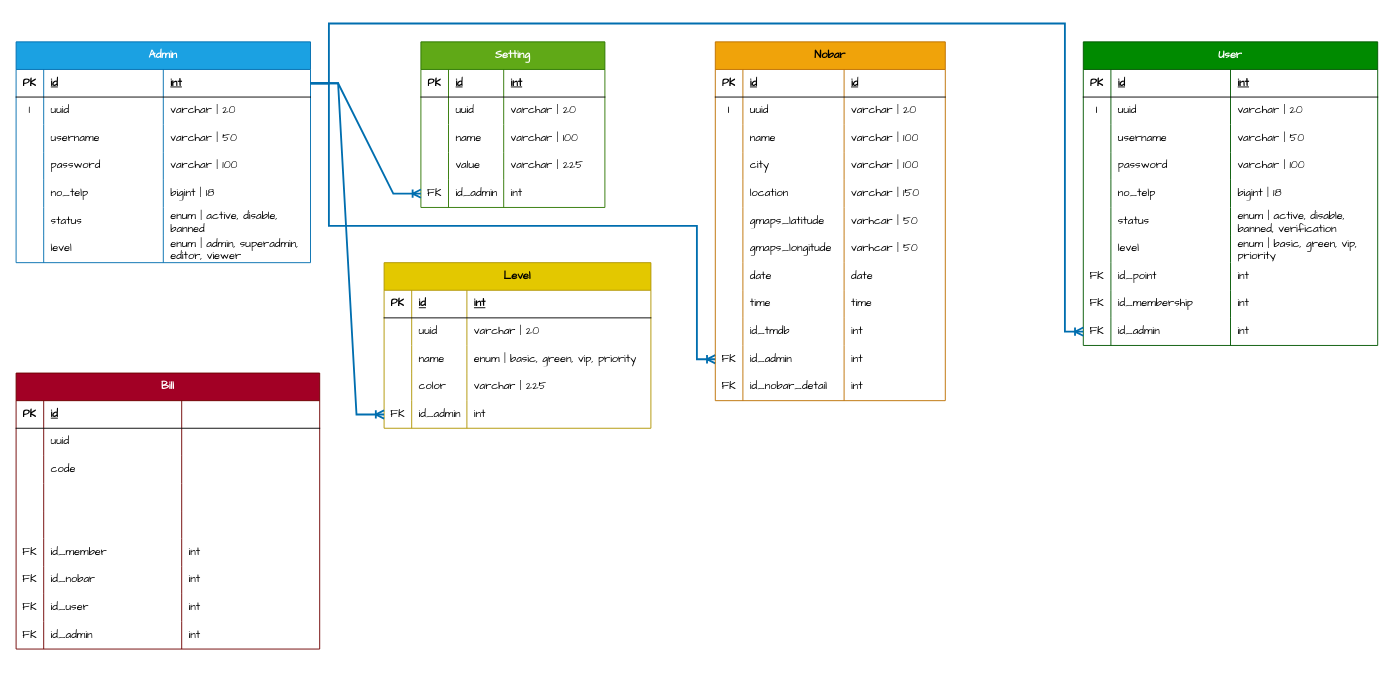
Earlier version of the draw.io diagram AniEvo - Nobar Web App.drawio (irzanaldi/e-aspiration). Source tidied: cells renumbered, new cells numbered last; positions are measured from the earlier drawing's top-left corner, leaving out a move shared by most shapes. Both pictures are drawn from the tidied source at 92%, with x=0, y=0 at pixel (16, 23).
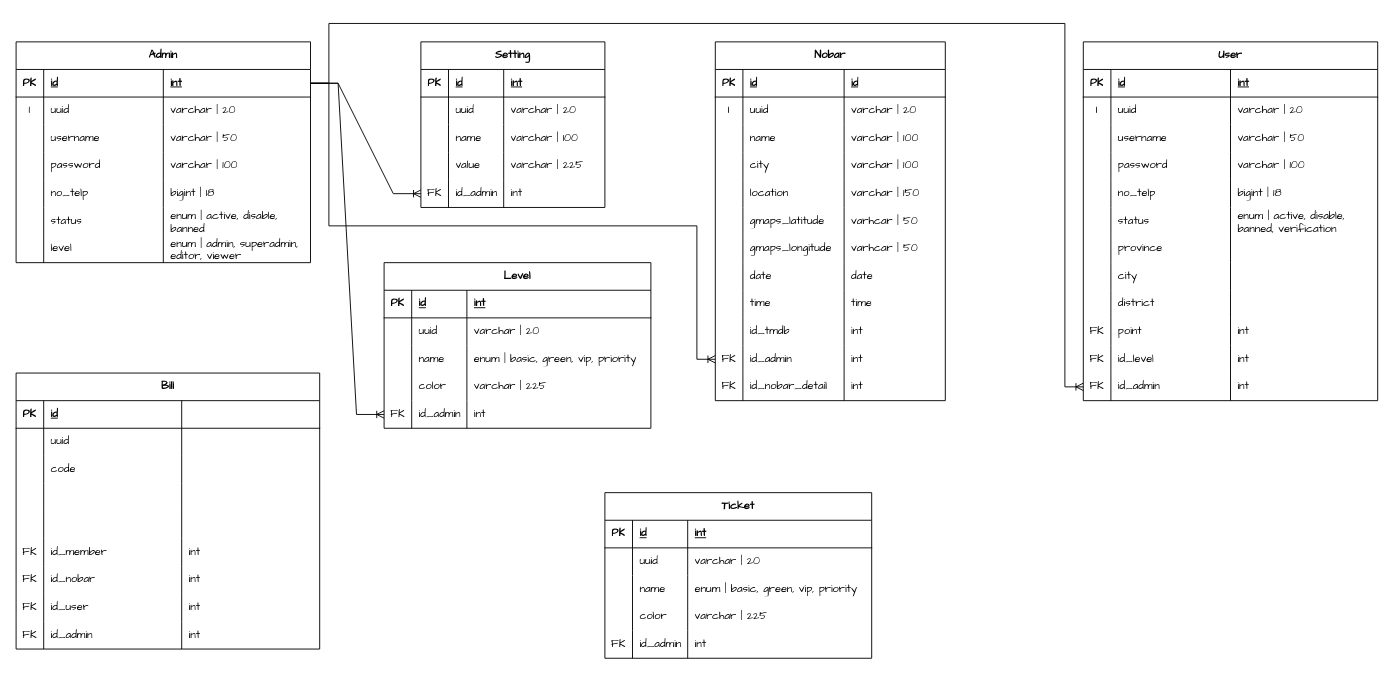
After the change.

The change refers to these unchanged cells:
```xml
<mxCell id="44" style="shape=tableRow;horizontal=0;startSize=0;swimlaneHead=0;swimlaneBody=0;fillColor=none;points=[[0,0.5],[1,0.5]];portConstraint=eastwest;top=0;left=0;right=0;bottom=0;fontFamily=Comic Sans MS;whiteSpace=wrap;" parent="3" vertex="1">
  <mxGeometry y="330" width="250" height="30" as="geometry" />
</mxCell>
<mxCell id="106" style="shape=tableRow;horizontal=0;startSize=0;swimlaneHead=0;swimlaneBody=0;fillColor=none;points=[[0,0.5],[1,0.5]];portConstraint=eastwest;top=0;left=0;right=0;bottom=0;fontFamily=Comic Sans MS;whiteSpace=wrap;" parent="89" vertex="1">
  <mxGeometry y="150" width="200" height="30" as="geometry" />
</mxCell>
<mxCell id="111" style="shape=tableRow;horizontal=0;startSize=0;swimlaneHead=0;swimlaneBody=0;fillColor=none;points=[[0,0.5],[1,0.5]];portConstraint=eastwest;top=0;left=0;right=0;bottom=1;fontFamily=Comic Sans MS;whiteSpace=wrap;" parent="110" vertex="1">
  <mxGeometry y="30" width="320" height="30" as="geometry" />
</mxCell>
<mxCell id="164" style="shape=tableRow;horizontal=0;startSize=0;swimlaneHead=0;swimlaneBody=0;fillColor=none;top=0;left=0;right=0;bottom=0;fontFamily=Comic Sans MS;whiteSpace=wrap;" parent="139" vertex="1">
  <mxGeometry y="210" width="320" height="30" as="geometry" />
</mxCell>
<mxCell id="198" style="shape=tableRow;horizontal=0;startSize=0;swimlaneHead=0;swimlaneBody=0;fillColor=none;points=[[0,0.5],[1,0.5]];portConstraint=eastwest;top=0;left=0;right=0;bottom=0;fontFamily=Comic Sans MS;whiteSpace=wrap;" parent="181" vertex="1">
  <mxGeometry y="150" width="290" height="30" as="geometry" />
</mxCell>
```

The edit, as a diff of the source:
```diff
@@
-    <mxCell id="2" style="fontSize=12;html=1;endArrow=ERoneToMany;rounded=0;fontFamily=Comic Sans MS;fontColor=default;startSize=30;edgeStyle=orthogonalEdgeStyle;fillColor=#1ba1e2;strokeColor=#006EAF;strokeWidth=2;" parent="1" edge="1" source="111" target="44">
+    <mxCell id="2" style="fontSize=12;html=1;endArrow=ERoneToMany;rounded=0;fontFamily=Comic Sans MS;fontColor=default;startSize=30;edgeStyle=orthogonalEdgeStyle;fillColor=none;strokeWidth=1;" parent="1" edge="1" source="111" target="44">
       <mxGeometry relative="1" as="geometry">
         <Array as="points">
           <mxPoint x="340" y="65" />
           <mxPoint x="340" y="220" />
           <mxPoint x="740" y="220" />
           <mxPoint x="740" y="365" />
         </Array>
       </mxGeometry>
     </mxCell>
-    <mxCell id="3" value="Nobar" style="shape=table;startSize=30;childLayout=tableLayout;rowLines=0;fontStyle=1;align=center;fontFamily=Comic Sans MS;whiteSpace=wrap;fillColor=#f0a30a;fontColor=#000000;strokeColor=#BD7000;" parent="1" vertex="1">
+    <mxCell id="3" value="Nobar" style="shape=table;startSize=30;childLayout=tableLayout;rowLines=0;fontStyle=1;align=center;fontFamily=Comic Sans MS;whiteSpace=wrap;fillColor=none;" parent="1" vertex="1">
       <mxGeometry x="760" y="20" width="250" height="390" as="geometry" />
     </mxCell>
@@
-    <mxCell id="52" value="Bill" style="shape=table;startSize=30;childLayout=tableLayout;rowLines=0;fontStyle=1;align=center;fontFamily=Comic Sans MS;whiteSpace=wrap;fillColor=#a20025;fontColor=#ffffff;strokeColor=#6F0000;" parent="1" vertex="1">
+    <mxCell id="52" value="Bill" style="shape=table;startSize=30;childLayout=tableLayout;rowLines=0;fontStyle=1;align=center;fontFamily=Comic Sans MS;whiteSpace=wrap;fillColor=none;" parent="1" vertex="1">
       <mxGeometry y="380" width="330" height="300" as="geometry" />
     </mxCell>
@@
-    <mxCell id="89" value="Setting" style="shape=table;startSize=30;childLayout=tableLayout;rowLines=0;fontStyle=1;align=center;fontFamily=Comic Sans MS;whiteSpace=wrap;fillColor=#60a917;strokeColor=#2D7600;fontColor=#ffffff;" parent="1" vertex="1">
+    <mxCell id="89" value="Setting" style="shape=table;startSize=30;childLayout=tableLayout;rowLines=0;fontStyle=1;align=center;fontFamily=Comic Sans MS;whiteSpace=wrap;fillColor=none;" parent="1" vertex="1">
       <mxGeometry x="440" y="20" width="200" height="180" as="geometry" />
     </mxCell>
@@
-    <mxCell id="110" value="Admin" style="shape=table;startSize=30;childLayout=tableLayout;rowLines=0;fontStyle=1;align=center;fontFamily=Comic Sans MS;fillColor=#1ba1e2;strokeColor=#006EAF;fontColor=#ffffff;whiteSpace=wrap;" parent="1" vertex="1">
+    <mxCell id="110" value="Admin" style="shape=table;startSize=30;childLayout=tableLayout;rowLines=0;fontStyle=1;align=center;fontFamily=Comic Sans MS;fillColor=none;whiteSpace=wrap;" parent="1" vertex="1">
       <mxGeometry y="20" width="320" height="240" as="geometry" />
     </mxCell>
@@
-    <mxCell id="139" value="User" style="shape=table;startSize=30;childLayout=tableLayout;rowLines=0;fontStyle=1;align=center;fontFamily=Comic Sans MS;fillColor=#008a00;strokeColor=#005700;fontColor=#ffffff;whiteSpace=wrap;" parent="1" vertex="1">
-      <mxGeometry x="1160" y="20" width="320" height="330" as="geometry" />
+    <mxCell id="139" value="User" style="shape=table;startSize=30;childLayout=tableLayout;rowLines=0;fontStyle=1;align=center;fontFamily=Comic Sans MS;fillColor=none;whiteSpace=wrap;" parent="1" vertex="1">
+      <mxGeometry x="1160" y="20" width="320" height="390" as="geometry" />
     </mxCell>
@@
-    <mxCell id="165" style="shape=partialRectangle;fillColor=none;top=0;left=0;bottom=0;right=0;overflow=hidden;fontFamily=Comic Sans MS;whiteSpace=wrap;" parent="164" vertex="1">
-      <mxGeometry width="30" height="30" as="geometry" />
-    </mxCell>
-    <mxCell id="166" value="level" style="shape=partialRectangle;fillColor=none;top=0;left=0;bottom=0;right=0;align=left;spacingLeft=6;overflow=hidden;fontFamily=Comic Sans MS;whiteSpace=wrap;" parent="164" vertex="1">
-      <mxGeometry x="30" width="130" height="30" as="geometry" />
-    </mxCell>
-    <mxCell id="167" value="enum | basic, green, vip, priority" style="shape=partialRectangle;fillColor=none;top=0;left=0;bottom=0;right=0;align=left;spacingLeft=6;overflow=hidden;fontFamily=Comic Sans MS;whiteSpace=wrap;" parent="164" vertex="1">
-      <mxGeometry x="160" width="160" height="30" as="geometry" />
-    </mxCell>
+    <mxCell id="204" style="shape=partialRectangle;fillColor=none;top=0;left=0;bottom=0;right=0;overflow=hidden;fontFamily=Comic Sans MS;whiteSpace=wrap;" parent="164" vertex="1">
+      <mxGeometry width="30" height="30" as="geometry" />
+    </mxCell>
+    <mxCell id="205" value="province" style="shape=partialRectangle;fillColor=none;top=0;left=0;bottom=0;right=0;align=left;spacingLeft=6;overflow=hidden;fontFamily=Comic Sans MS;whiteSpace=wrap;" parent="164" vertex="1">
+      <mxGeometry x="30" width="130" height="30" as="geometry" />
+    </mxCell>
+    <mxCell id="206" style="shape=partialRectangle;fillColor=none;top=0;left=0;bottom=0;right=0;align=left;spacingLeft=6;overflow=hidden;fontFamily=Comic Sans MS;whiteSpace=wrap;" parent="164" vertex="1">
+      <mxGeometry x="160" width="160" height="30" as="geometry" />
+    </mxCell>
+    <mxCell id="207" style="shape=tableRow;horizontal=0;startSize=0;swimlaneHead=0;swimlaneBody=0;fillColor=none;top=0;left=0;right=0;bottom=0;fontFamily=Comic Sans MS;whiteSpace=wrap;" parent="139" vertex="1">
+      <mxGeometry y="240" width="320" height="30" as="geometry" />
+    </mxCell>
+    <mxCell id="208" style="shape=partialRectangle;fillColor=none;top=0;left=0;bottom=0;right=0;overflow=hidden;fontFamily=Comic Sans MS;whiteSpace=wrap;" parent="207" vertex="1">
+      <mxGeometry width="30" height="30" as="geometry" />
+    </mxCell>
+    <mxCell id="209" value="city" style="shape=partialRectangle;fillColor=none;top=0;left=0;bottom=0;right=0;align=left;spacingLeft=6;overflow=hidden;fontFamily=Comic Sans MS;whiteSpace=wrap;" parent="207" vertex="1">
+      <mxGeometry x="30" width="130" height="30" as="geometry" />
+    </mxCell>
+    <mxCell id="210" style="shape=partialRectangle;fillColor=none;top=0;left=0;bottom=0;right=0;align=left;spacingLeft=6;overflow=hidden;fontFamily=Comic Sans MS;whiteSpace=wrap;" parent="207" vertex="1">
+      <mxGeometry x="160" width="160" height="30" as="geometry" />
+    </mxCell>
+    <mxCell id="211" style="shape=tableRow;horizontal=0;startSize=0;swimlaneHead=0;swimlaneBody=0;fillColor=none;top=0;left=0;right=0;bottom=0;fontFamily=Comic Sans MS;whiteSpace=wrap;" parent="139" vertex="1">
+      <mxGeometry y="270" width="320" height="30" as="geometry" />
+    </mxCell>
+    <mxCell id="212" style="shape=partialRectangle;fillColor=none;top=0;left=0;bottom=0;right=0;overflow=hidden;fontFamily=Comic Sans MS;whiteSpace=wrap;" parent="211" vertex="1">
+      <mxGeometry width="30" height="30" as="geometry" />
+    </mxCell>
+    <mxCell id="213" value="district" style="shape=partialRectangle;fillColor=none;top=0;left=0;bottom=0;right=0;align=left;spacingLeft=6;overflow=hidden;fontFamily=Comic Sans MS;whiteSpace=wrap;" parent="211" vertex="1">
+      <mxGeometry x="30" width="130" height="30" as="geometry" />
+    </mxCell>
+    <mxCell id="214" style="shape=partialRectangle;fillColor=none;top=0;left=0;bottom=0;right=0;align=left;spacingLeft=6;overflow=hidden;fontFamily=Comic Sans MS;whiteSpace=wrap;" parent="211" vertex="1">
+      <mxGeometry x="160" width="160" height="30" as="geometry" />
+    </mxCell>
     <mxCell id="168" style="shape=tableRow;horizontal=0;startSize=0;swimlaneHead=0;swimlaneBody=0;fillColor=none;top=0;left=0;right=0;bottom=0;fontFamily=Comic Sans MS;whiteSpace=wrap;" parent="139" vertex="1">
-      <mxGeometry y="240" width="320" height="30" as="geometry" />
+      <mxGeometry y="300" width="320" height="30" as="geometry" />
     </mxCell>
@@
-    <mxCell id="170" value="id_point" style="shape=partialRectangle;fillColor=none;top=0;left=0;bottom=0;right=0;align=left;spacingLeft=6;overflow=hidden;fontFamily=Comic Sans MS;whiteSpace=wrap;" parent="168" vertex="1">
+    <mxCell id="170" value="point" style="shape=partialRectangle;fillColor=none;top=0;left=0;bottom=0;right=0;align=left;spacingLeft=6;overflow=hidden;fontFamily=Comic Sans MS;whiteSpace=wrap;" parent="168" vertex="1">
       <mxGeometry x="30" width="130" height="30" as="geometry" />
     </mxCell>
@@
     <mxCell id="172" style="shape=tableRow;horizontal=0;startSize=0;swimlaneHead=0;swimlaneBody=0;fillColor=none;top=0;left=0;right=0;bottom=0;fontFamily=Comic Sans MS;whiteSpace=wrap;" parent="139" vertex="1">
-      <mxGeometry y="270" width="320" height="30" as="geometry" />
+      <mxGeometry y="330" width="320" height="30" as="geometry" />
     </mxCell>
@@
-    <mxCell id="174" value="id_membership" style="shape=partialRectangle;fillColor=none;top=0;left=0;bottom=0;right=0;align=left;spacingLeft=6;overflow=hidden;fontFamily=Comic Sans MS;whiteSpace=wrap;" parent="172" vertex="1">
+    <mxCell id="174" value="id_level" style="shape=partialRectangle;fillColor=none;top=0;left=0;bottom=0;right=0;align=left;spacingLeft=6;overflow=hidden;fontFamily=Comic Sans MS;whiteSpace=wrap;" parent="172" vertex="1">
       <mxGeometry x="30" width="130" height="30" as="geometry" />
     </mxCell>
@@
     <mxCell id="176" style="shape=tableRow;horizontal=0;startSize=0;swimlaneHead=0;swimlaneBody=0;fillColor=none;points=[[0,0.5],[1,0.5]];portConstraint=eastwest;top=0;left=0;right=0;bottom=0;fontFamily=Comic Sans MS;whiteSpace=wrap;" parent="139" vertex="1">
-      <mxGeometry y="300" width="320" height="30" as="geometry" />
+      <mxGeometry y="360" width="320" height="30" as="geometry" />
     </mxCell>
@@
-    <mxCell id="180" style="edgeStyle=orthogonalEdgeStyle;fontSize=12;html=1;endArrow=ERoneToMany;rounded=0;fontFamily=Comic Sans MS;fontColor=default;startSize=30;fillColor=#1ba1e2;strokeColor=#006EAF;strokeWidth=2;" parent="1" edge="1" source="111" target="176">
+    <mxCell id="180" style="edgeStyle=orthogonalEdgeStyle;fontSize=12;html=1;endArrow=ERoneToMany;rounded=0;fontFamily=Comic Sans MS;fontColor=default;startSize=30;fillColor=none;strokeWidth=1;" parent="1" edge="1" source="111" target="176">
       <mxGeometry relative="1" as="geometry">
         <Array as="points">
           <mxPoint x="340" y="65" />
           <mxPoint x="340" />
           <mxPoint x="1140" />
-          <mxPoint x="1140" y="335" />
+          <mxPoint x="1140" y="395" />
         </Array>
       </mxGeometry>
     </mxCell>
-    <mxCell id="181" value="Level" style="shape=table;startSize=30;childLayout=tableLayout;rowLines=0;fontStyle=1;align=center;fontFamily=Comic Sans MS;whiteSpace=wrap;fillColor=#e3c800;fontColor=#000000;strokeColor=#B09500;" parent="1" vertex="1">
+    <mxCell id="181" value="Level" style="shape=table;startSize=30;childLayout=tableLayout;rowLines=0;fontStyle=1;align=center;fontFamily=Comic Sans MS;whiteSpace=wrap;fillColor=none;" parent="1" vertex="1">
       <mxGeometry x="400" y="260" width="290" height="180" as="geometry" />
     </mxCell>
@@
-    <mxCell id="202" style="edgeStyle=entityRelationEdgeStyle;fontSize=12;html=1;endArrow=ERoneToMany;rounded=0;strokeWidth=2;fontFamily=Comic Sans MS;fontColor=default;startSize=30;fillColor=#1ba1e2;strokeColor=#006EAF;" parent="1" edge="1" source="111" target="106">
+    <mxCell id="202" style="edgeStyle=entityRelationEdgeStyle;fontSize=12;html=1;endArrow=ERoneToMany;rounded=0;strokeWidth=1;fontFamily=Comic Sans MS;fontColor=default;startSize=30;fillColor=none;" parent="1" edge="1" source="111" target="106">
       <mxGeometry relative="1" as="geometry" />
     </mxCell>
-    <mxCell id="203" style="edgeStyle=entityRelationEdgeStyle;fontSize=12;html=1;endArrow=ERoneToMany;rounded=0;strokeWidth=2;fontFamily=Comic Sans MS;fontColor=default;startSize=30;fillColor=#1ba1e2;strokeColor=#006EAF;entryX=0;entryY=0.5;entryDx=0;entryDy=0;" parent="1" edge="1" source="111" target="198">
+    <mxCell id="203" style="edgeStyle=entityRelationEdgeStyle;fontSize=12;html=1;endArrow=ERoneToMany;rounded=0;strokeWidth=1;fontFamily=Comic Sans MS;fontColor=default;startSize=30;fillColor=none;entryX=0;entryY=0.5;entryDx=0;entryDy=0;" parent="1" edge="1" source="111" target="198">
       <mxGeometry relative="1" as="geometry" />
     </mxCell>
+    <mxCell id="215" value="Ticket" style="shape=table;startSize=30;childLayout=tableLayout;rowLines=0;fontStyle=1;align=center;fontFamily=Comic Sans MS;whiteSpace=wrap;fillColor=none;" parent="1" vertex="1">
+      <mxGeometry x="640" y="510" width="290" height="180" as="geometry" />
+    </mxCell>
+    <mxCell id="216" style="shape=tableRow;horizontal=0;startSize=0;swimlaneHead=0;swimlaneBody=0;fillColor=none;top=0;left=0;right=0;bottom=1;fontFamily=Comic Sans MS;whiteSpace=wrap;" parent="215" vertex="1">
+      <mxGeometry y="30" width="290" height="30" as="geometry" />
+    </mxCell>
+    <mxCell id="217" value="PK" style="shape=partialRectangle;fillColor=none;top=0;left=0;bottom=0;right=0;fontStyle=1;overflow=hidden;fontFamily=Comic Sans MS;whiteSpace=wrap;" parent="216" vertex="1">
+      <mxGeometry width="30" height="30" as="geometry" />
+    </mxCell>
+    <mxCell id="218" value="id" style="shape=partialRectangle;fillColor=none;top=0;left=0;bottom=0;right=0;align=left;spacingLeft=6;fontStyle=5;overflow=hidden;fontFamily=Comic Sans MS;whiteSpace=wrap;" parent="216" vertex="1">
+      <mxGeometry x="30" width="60" height="30" as="geometry" />
+    </mxCell>
+    <mxCell id="219" value="int" style="shape=partialRectangle;fillColor=none;top=0;left=0;bottom=0;right=0;align=left;spacingLeft=6;fontStyle=5;overflow=hidden;fontFamily=Comic Sans MS;whiteSpace=wrap;" parent="216" vertex="1">
+      <mxGeometry x="90" width="200" height="30" as="geometry" />
+    </mxCell>
+    <mxCell id="220" style="shape=tableRow;horizontal=0;startSize=0;swimlaneHead=0;swimlaneBody=0;fillColor=none;top=0;left=0;right=0;bottom=0;fontFamily=Comic Sans MS;whiteSpace=wrap;" parent="215" vertex="1">
+      <mxGeometry y="60" width="290" height="30" as="geometry" />
+    </mxCell>
+    <mxCell id="221" style="shape=partialRectangle;fillColor=none;top=0;left=0;bottom=0;right=0;overflow=hidden;fontFamily=Comic Sans MS;whiteSpace=wrap;" parent="220" vertex="1">
+      <mxGeometry width="30" height="30" as="geometry" />
+    </mxCell>
+    <mxCell id="222" value="uuid" style="shape=partialRectangle;fillColor=none;top=0;left=0;bottom=0;right=0;align=left;spacingLeft=6;overflow=hidden;fontFamily=Comic Sans MS;whiteSpace=wrap;" parent="220" vertex="1">
+      <mxGeometry x="30" width="60" height="30" as="geometry" />
+    </mxCell>
+    <mxCell id="223" value="varchar | 20" style="shape=partialRectangle;fillColor=none;top=0;left=0;bottom=0;right=0;align=left;spacingLeft=6;overflow=hidden;fontFamily=Comic Sans MS;whiteSpace=wrap;" parent="220" vertex="1">
+      <mxGeometry x="90" width="200" height="30" as="geometry" />
+    </mxCell>
+    <mxCell id="224" style="shape=tableRow;horizontal=0;startSize=0;swimlaneHead=0;swimlaneBody=0;fillColor=none;top=0;left=0;right=0;bottom=0;fontFamily=Comic Sans MS;whiteSpace=wrap;" parent="215" vertex="1">
+      <mxGeometry y="90" width="290" height="30" as="geometry" />
+    </mxCell>
+    <mxCell id="225" style="shape=partialRectangle;fillColor=none;top=0;left=0;bottom=0;right=0;overflow=hidden;fontFamily=Comic Sans MS;whiteSpace=wrap;" parent="224" vertex="1">
+      <mxGeometry width="30" height="30" as="geometry" />
+    </mxCell>
+    <mxCell id="226" value="name" style="shape=partialRectangle;fillColor=none;top=0;left=0;bottom=0;right=0;align=left;spacingLeft=6;overflow=hidden;fontFamily=Comic Sans MS;whiteSpace=wrap;" parent="224" vertex="1">
+      <mxGeometry x="30" width="60" height="30" as="geometry" />
+    </mxCell>
+    <mxCell id="167" value="enum | basic, green, vip, priority" style="shape=partialRectangle;fillColor=none;top=0;left=0;bottom=0;right=0;align=left;spacingLeft=6;overflow=hidden;fontFamily=Comic Sans MS;whiteSpace=wrap;" parent="224" vertex="1">
+      <mxGeometry x="90" width="200" height="30" as="geometry" />
+    </mxCell>
+    <mxCell id="227" style="shape=tableRow;horizontal=0;startSize=0;swimlaneHead=0;swimlaneBody=0;fillColor=none;top=0;left=0;right=0;bottom=0;fontFamily=Comic Sans MS;whiteSpace=wrap;" parent="215" vertex="1">
+      <mxGeometry y="120" width="290" height="30" as="geometry" />
+    </mxCell>
+    <mxCell id="228" style="shape=partialRectangle;fillColor=none;top=0;left=0;bottom=0;right=0;overflow=hidden;fontFamily=Comic Sans MS;whiteSpace=wrap;" parent="227" vertex="1">
+      <mxGeometry width="30" height="30" as="geometry" />
+    </mxCell>
+    <mxCell id="229" value="color" style="shape=partialRectangle;fillColor=none;top=0;left=0;bottom=0;right=0;align=left;spacingLeft=6;overflow=hidden;fontFamily=Comic Sans MS;whiteSpace=wrap;" parent="227" vertex="1">
+      <mxGeometry x="30" width="60" height="30" as="geometry" />
+    </mxCell>
+    <mxCell id="230" value="varchar | 225" style="shape=partialRectangle;fillColor=none;top=0;left=0;bottom=0;right=0;align=left;spacingLeft=6;overflow=hidden;fontFamily=Comic Sans MS;whiteSpace=wrap;" parent="227" vertex="1">
+      <mxGeometry x="90" width="200" height="30" as="geometry" />
+    </mxCell>
+    <mxCell id="231" style="shape=tableRow;horizontal=0;startSize=0;swimlaneHead=0;swimlaneBody=0;fillColor=none;top=0;left=0;right=0;bottom=0;fontFamily=Comic Sans MS;whiteSpace=wrap;" parent="215" vertex="1">
+      <mxGeometry y="150" width="290" height="30" as="geometry" />
+    </mxCell>
+    <mxCell id="232" value="FK" style="shape=partialRectangle;fillColor=none;top=0;left=0;bottom=0;right=0;overflow=hidden;fontFamily=Comic Sans MS;whiteSpace=wrap;" parent="231" vertex="1">
+      <mxGeometry width="30" height="30" as="geometry" />
+    </mxCell>
+    <mxCell id="233" value="id_admin" style="shape=partialRectangle;fillColor=none;top=0;left=0;bottom=0;right=0;align=left;spacingLeft=6;overflow=hidden;fontFamily=Comic Sans MS;whiteSpace=wrap;" parent="231" vertex="1">
+      <mxGeometry x="30" width="60" height="30" as="geometry" />
+    </mxCell>
+    <mxCell id="234" value="int" style="shape=partialRectangle;fillColor=none;top=0;left=0;bottom=0;right=0;align=left;spacingLeft=6;overflow=hidden;fontFamily=Comic Sans MS;whiteSpace=wrap;" parent="231" vertex="1">
+      <mxGeometry x="90" width="200" height="30" as="geometry" />
+    </mxCell>
```
